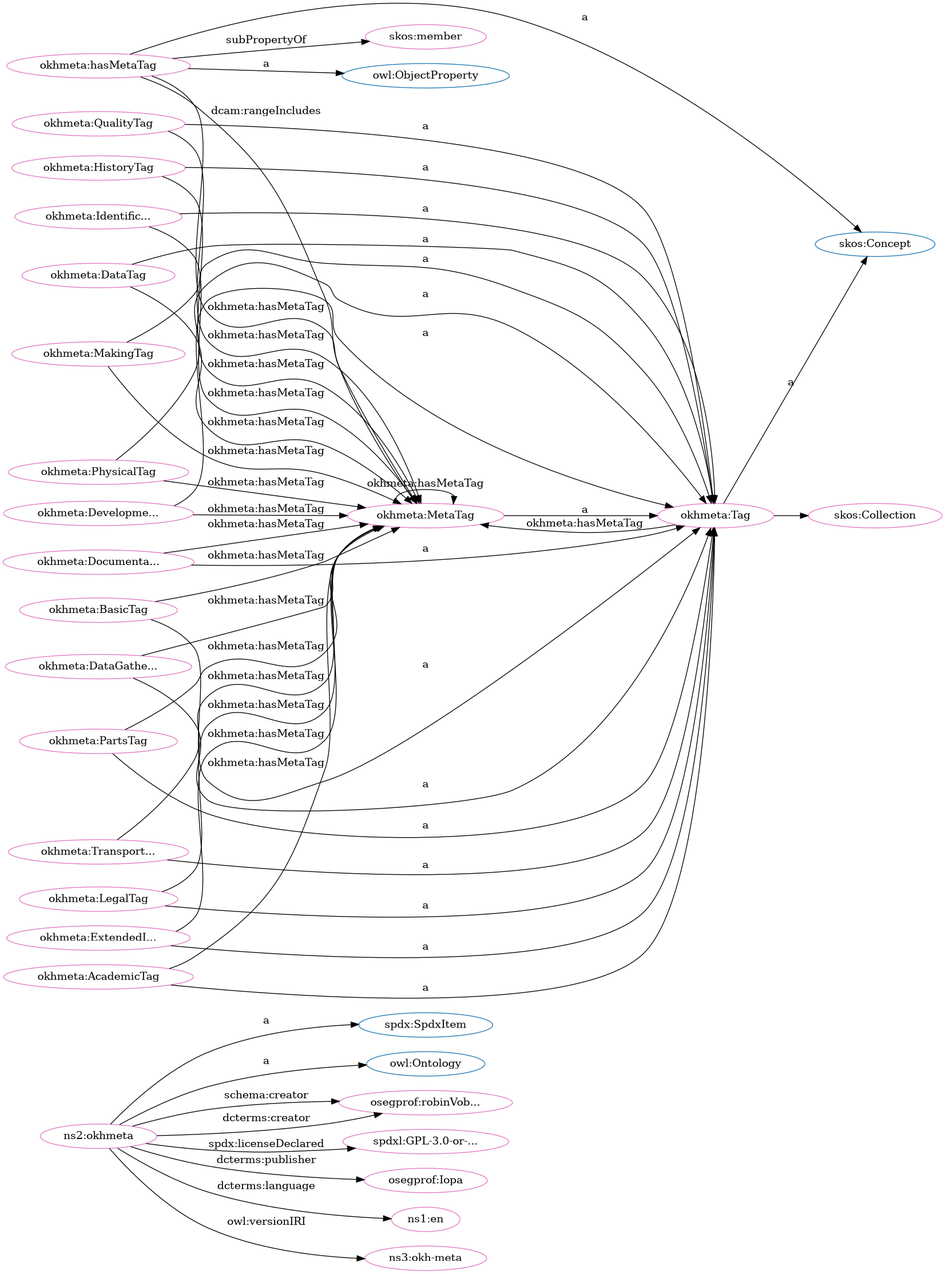
The Graphviz diagram src/spec/dot_okh-meta.png in iop-alliance/OpenKnowHow, before a commit. Its source is kept beside it as src/spec/dot_okh-meta.dot.
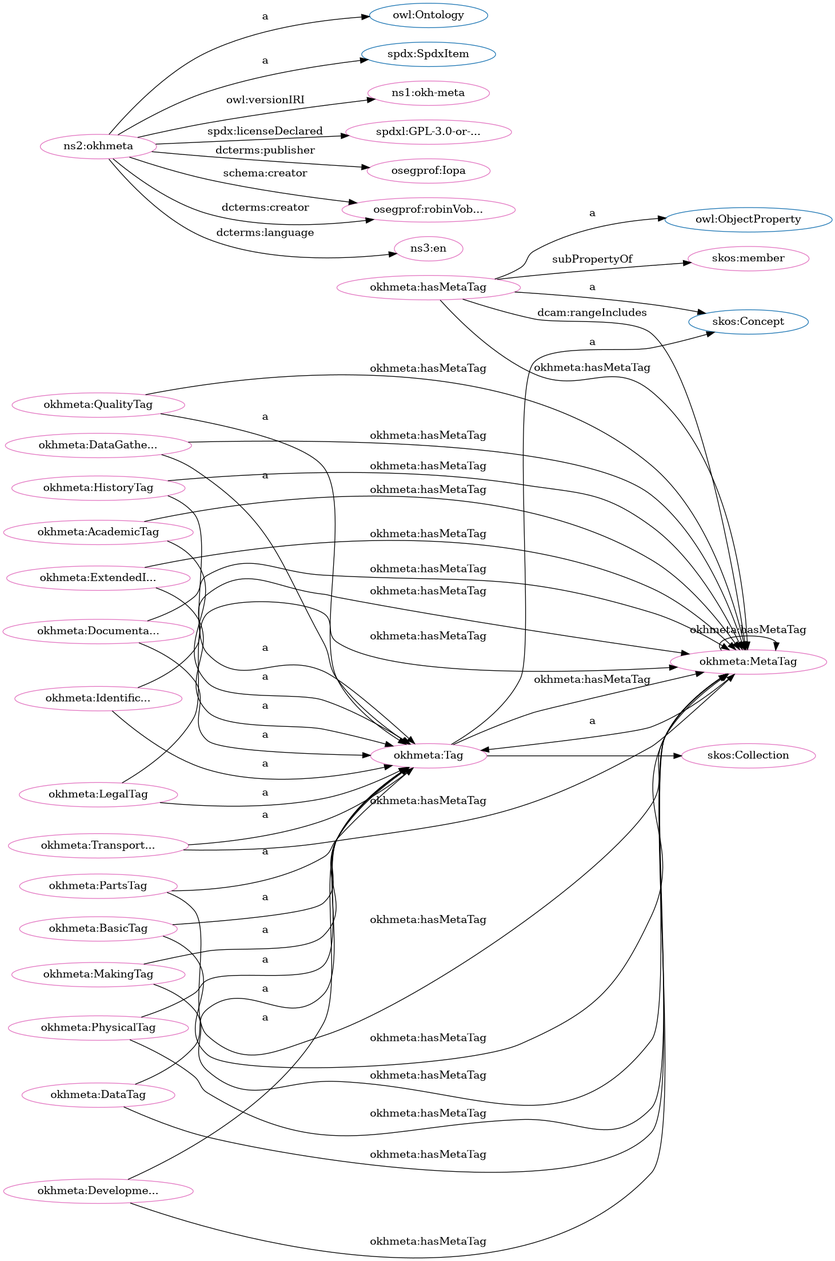
Above is the later version.

The edit, as a diff of the source:
```diff
@@ -1,84 +1,84 @@
 digraph G {
   rankdir=BT
   node[height=.3]
+"http://www.w3.org/2004/02/skos/core#Collection" [fillcolor="#1f77b4" color="#1f77b4" label="skos:Collection"]
+"http://w3id.org/oseg/ont/okhmeta#Tag" [fillcolor="#1f77b4" color="#1f77b4" label="okhmeta:Tag"]
+"http://www.w3.org/2002/07/owl#Ontology" [fillcolor="#1f77b4" color="#1f77b4" label="owl:Ontology"]
+"http://www.w3.org/2002/07/owl#ObjectProperty" [fillcolor="#1f77b4" color="#1f77b4" label="owl:ObjectProperty"]
+"http://www.w3.org/2004/02/skos/core#Concept" [fillcolor="#1f77b4" color="#1f77b4" label="skos:Concept"]
 "http://spdx.org/rdf/terms#SpdxItem" [fillcolor="#1f77b4" color="#1f77b4" label="spdx:SpdxItem"]
-"http://www.w3.org/2002/07/owl#ObjectProperty" [fillcolor="#1f77b4" color="#1f77b4" label="owl:ObjectProperty"]
-"http://www.w3.org/2004/02/skos/core#Collection" [fillcolor="#1f77b4" color="#1f77b4" label="skos:Collection"]
-"http://www.w3.org/2002/07/owl#Ontology" [fillcolor="#1f77b4" color="#1f77b4" label="owl:Ontology"]
-"http://www.w3.org/2004/02/skos/core#Concept" [fillcolor="#1f77b4" color="#1f77b4" label="skos:Concept"]
-"http://w3id.org/oseg/ont/okhmeta#Tag" [fillcolor="#1f77b4" color="#1f77b4" label="okhmeta:Tag"]
+"http://w3id.org/oseg/ont/okhmeta#ExtendedInfoTag" [fillcolor="#e377c2" color="#e377c2" label="okhmeta:ExtendedI..."]
+"http://w3id.org/oseg/ont/okhmeta#PhysicalTag" [fillcolor="#e377c2" color="#e377c2" label="okhmeta:PhysicalTag"]
+"http://w3id.org/oseg/ont/1.1.0/okh-meta" [fillcolor="#e377c2" color="#e377c2" label="ns1:okh-meta"]
 "http://w3id.org/oseg/ont/okhmeta#MetaTag" [fillcolor="#e377c2" color="#e377c2" label="okhmeta:MetaTag"]
+"http://w3id.org/oseg/ont/okhmeta#QualityTag" [fillcolor="#e377c2" color="#e377c2" label="okhmeta:QualityTag"]
+"http://w3id.org/oseg/ont/okhmeta#hasMetaTag" [fillcolor="#e377c2" color="#e377c2" label="okhmeta:hasMetaTag"]
+"http://w3id.org/oseg/ont/okhmeta#PartsTag" [fillcolor="#e377c2" color="#e377c2" label="okhmeta:PartsTag"]
+"http://w3id.org/oseg/ont/okhmeta" [fillcolor="#e377c2" color="#e377c2" label="ns2:okhmeta"]
+"http://w3id.org/oseg/ont/okhmeta#MakingTag" [fillcolor="#e377c2" color="#e377c2" label="okhmeta:MakingTag"]
+"http://w3id.org/oseg/ont/okhmeta#DataGatheringTag" [fillcolor="#e377c2" color="#e377c2" label="okhmeta:DataGathe..."]
+"http://w3id.org/oseg/ont/okhmeta#HistoryTag" [fillcolor="#e377c2" color="#e377c2" label="okhmeta:HistoryTag"]
+"http://w3id.org/oseg/ont/okhmeta#TransportationTag" [fillcolor="#e377c2" color="#e377c2" label="okhmeta:Transport..."]
+"http://w3id.org/oseg/ont/okhmeta#DevelopmentTag" [fillcolor="#e377c2" color="#e377c2" label="okhmeta:Developme..."]
+"http://w3id.org/oseg/ont/okhmeta#Tag" [fillcolor="#e377c2" color="#e377c2" label="okhmeta:Tag"]
+"http://spdx.org/licenses/GPL-3.0-or-later" [fillcolor="#e377c2" color="#e377c2" label="spdxl:GPL-3.0-or-..."]
+"http://www.w3.org/2004/02/skos/core#member" [fillcolor="#e377c2" color="#e377c2" label="skos:member"]
+"http://www.w3.org/2004/02/skos/core#Collection" [fillcolor="#e377c2" color="#e377c2" label="skos:Collection"]
+"http://w3id.org/oseg/ont/oseg-profiles#Iopa" [fillcolor="#e377c2" color="#e377c2" label="osegprof:Iopa"]
+"http://w3id.org/oseg/ont/okhmeta#IdentificationTag" [fillcolor="#e377c2" color="#e377c2" label="okhmeta:Identific..."]
+"http://w3id.org/oseg/ont/oseg-profiles#robinVobruba" [fillcolor="#e377c2" color="#e377c2" label="osegprof:robinVob..."]
+"http://w3id.org/oseg/ont/okhmeta#DataTag" [fillcolor="#e377c2" color="#e377c2" label="okhmeta:DataTag"]
+"http://w3id.org/oseg/ont/okhmeta#LegalTag" [fillcolor="#e377c2" color="#e377c2" label="okhmeta:LegalTag"]
+"http://w3id.org/oseg/ont/okhmeta#BasicTag" [fillcolor="#e377c2" color="#e377c2" label="okhmeta:BasicTag"]
 "http://w3id.org/oseg/ont/okhmeta#DocumentationTag" [fillcolor="#e377c2" color="#e377c2" label="okhmeta:Documenta..."]
-"http://w3id.org/oseg/ont/oseg-profiles#robinVobruba" [fillcolor="#e377c2" color="#e377c2" label="osegprof:robinVob..."]
+"http://id.loc.gov/vocabulary/iso639-1/en" [fillcolor="#e377c2" color="#e377c2" label="ns3:en"]
 "http://w3id.org/oseg/ont/okhmeta#AcademicTag" [fillcolor="#e377c2" color="#e377c2" label="okhmeta:AcademicTag"]
-"http://spdx.org/licenses/GPL-3.0-or-later" [fillcolor="#e377c2" color="#e377c2" label="spdxl:GPL-3.0-or-..."]
-"http://w3id.org/oseg/ont/okhmeta#MakingTag" [fillcolor="#e377c2" color="#e377c2" label="okhmeta:MakingTag"]
-"http://w3id.org/oseg/ont/oseg-profiles#Iopa" [fillcolor="#e377c2" color="#e377c2" label="osegprof:Iopa"]
-"http://w3id.org/oseg/ont/okhmeta#Tag" [fillcolor="#e377c2" color="#e377c2" label="okhmeta:Tag"]
-"http://w3id.org/oseg/ont/okhmeta#PartsTag" [fillcolor="#e377c2" color="#e377c2" label="okhmeta:PartsTag"]
-"http://w3id.org/oseg/ont/okhmeta#HistoryTag" [fillcolor="#e377c2" color="#e377c2" label="okhmeta:HistoryTag"]
-"http://w3id.org/oseg/ont/okhmeta#hasMetaTag" [fillcolor="#e377c2" color="#e377c2" label="okhmeta:hasMetaTag"]
-"http://w3id.org/oseg/ont/okhmeta#DataTag" [fillcolor="#e377c2" color="#e377c2" label="okhmeta:DataTag"]
-"http://id.loc.gov/vocabulary/iso639-1/en" [fillcolor="#e377c2" color="#e377c2" label="ns1:en"]
-"http://w3id.org/oseg/ont/okhmeta#DevelopmentTag" [fillcolor="#e377c2" color="#e377c2" label="okhmeta:Developme..."]
-"http://w3id.org/oseg/ont/okhmeta" [fillcolor="#e377c2" color="#e377c2" label="ns2:okhmeta"]
-"http://w3id.org/oseg/ont/okhmeta#IdentificationTag" [fillcolor="#e377c2" color="#e377c2" label="okhmeta:Identific..."]
-"http://w3id.org/oseg/ont/okhmeta#ExtendedInfoTag" [fillcolor="#e377c2" color="#e377c2" label="okhmeta:ExtendedI..."]
-"http://w3id.org/oseg/ont/okhmeta#BasicTag" [fillcolor="#e377c2" color="#e377c2" label="okhmeta:BasicTag"]
-"http://w3id.org/oseg/ont/okhmeta#QualityTag" [fillcolor="#e377c2" color="#e377c2" label="okhmeta:QualityTag"]
-"http://w3id.org/oseg/ont/okhmeta#DataGatheringTag" [fillcolor="#e377c2" color="#e377c2" label="okhmeta:DataGathe..."]
-"http://www.w3.org/2004/02/skos/core#Collection" [fillcolor="#e377c2" color="#e377c2" label="skos:Collection"]
-"http://w3id.org/oseg/ont/okhmeta#TransportationTag" [fillcolor="#e377c2" color="#e377c2" label="okhmeta:Transport..."]
-"http://w3id.org/oseg/ont/okhmeta#LegalTag" [fillcolor="#e377c2" color="#e377c2" label="okhmeta:LegalTag"]
-"http://www.w3.org/2004/02/skos/core#member" [fillcolor="#e377c2" color="#e377c2" label="skos:member"]
-"http://w3id.org/oseg/ont/okhmeta#PhysicalTag" [fillcolor="#e377c2" color="#e377c2" label="okhmeta:PhysicalTag"]
-"http://w3id.org/oseg/ont/1.1.0/okh-meta" [fillcolor="#e377c2" color="#e377c2" label="ns3:okh-meta"]
+  "http://w3id.org/oseg/ont/okhmeta#ExtendedInfoTag" -> "http://w3id.org/oseg/ont/okhmeta#Tag" [label="a"]
+  "http://w3id.org/oseg/ont/okhmeta#PhysicalTag" -> "http://w3id.org/oseg/ont/okhmeta#Tag" [label="a"]
+  "http://w3id.org/oseg/ont/okhmeta" -> "http://w3id.org/oseg/ont/1.1.0/okh-meta" [label="owl:versionIRI"]
+  "http://w3id.org/oseg/ont/okhmeta#QualityTag" -> "http://w3id.org/oseg/ont/okhmeta#Tag" [label="a"]
+  "http://w3id.org/oseg/ont/okhmeta#PartsTag" -> "http://w3id.org/oseg/ont/okhmeta#Tag" [label="a"]
+  "http://w3id.org/oseg/ont/okhmeta#MakingTag" -> "http://w3id.org/oseg/ont/okhmeta#Tag" [label="a"]
+  "http://w3id.org/oseg/ont/okhmeta#DataGatheringTag" -> "http://w3id.org/oseg/ont/okhmeta#Tag" [label="a"]
+  "http://w3id.org/oseg/ont/okhmeta#Tag" -> "http://w3id.org/oseg/ont/okhmeta#MetaTag" [label="okhmeta:hasMetaTag"]
+  "http://w3id.org/oseg/ont/okhmeta#HistoryTag" -> "http://w3id.org/oseg/ont/okhmeta#Tag" [label="a"]
+  "http://w3id.org/oseg/ont/okhmeta#hasMetaTag" -> "http://www.w3.org/2002/07/owl#ObjectProperty" [label="a"]
+  "http://w3id.org/oseg/ont/okhmeta#hasMetaTag" -> "http://w3id.org/oseg/ont/okhmeta#MetaTag" [label="dcam:rangeIncludes"]
+  "http://w3id.org/oseg/ont/okhmeta#DevelopmentTag" -> "http://w3id.org/oseg/ont/okhmeta#MetaTag" [label="okhmeta:hasMetaTag"]
+  "http://w3id.org/oseg/ont/okhmeta#DevelopmentTag" -> "http://w3id.org/oseg/ont/okhmeta#Tag" [label="a"]
+  "http://w3id.org/oseg/ont/okhmeta#PartsTag" -> "http://w3id.org/oseg/ont/okhmeta#MetaTag" [label="okhmeta:hasMetaTag"]
+  "http://w3id.org/oseg/ont/okhmeta#DataGatheringTag" -> "http://w3id.org/oseg/ont/okhmeta#MetaTag" [label="okhmeta:hasMetaTag"]
   "http://w3id.org/oseg/ont/okhmeta#BasicTag" -> "http://w3id.org/oseg/ont/okhmeta#MetaTag" [label="okhmeta:hasMetaTag"]
+  "http://w3id.org/oseg/ont/okhmeta#HistoryTag" -> "http://w3id.org/oseg/ont/okhmeta#MetaTag" [label="okhmeta:hasMetaTag"]
+  "http://w3id.org/oseg/ont/okhmeta" -> "http://w3id.org/oseg/ont/oseg-profiles#robinVobruba" [label="schema:creator"]
+  "http://w3id.org/oseg/ont/okhmeta" -> "http://w3id.org/oseg/ont/oseg-profiles#robinVobruba" [label="dcterms:creator"]
+  "http://w3id.org/oseg/ont/okhmeta#LegalTag" -> "http://w3id.org/oseg/ont/okhmeta#MetaTag" [label="okhmeta:hasMetaTag"]
+  "http://w3id.org/oseg/ont/okhmeta#BasicTag" -> "http://w3id.org/oseg/ont/okhmeta#Tag" [label="a"]
+  "http://w3id.org/oseg/ont/okhmeta#DocumentationTag" -> "http://w3id.org/oseg/ont/okhmeta#Tag" [label="a"]
+  "http://w3id.org/oseg/ont/okhmeta#MetaTag" -> "http://w3id.org/oseg/ont/okhmeta#Tag" [label="a"]
+  "http://w3id.org/oseg/ont/okhmeta" -> "http://www.w3.org/2002/07/owl#Ontology" [label="a"]
+  "http://w3id.org/oseg/ont/okhmeta" -> "http://id.loc.gov/vocabulary/iso639-1/en" [label="dcterms:language"]
+  "http://w3id.org/oseg/ont/okhmeta#AcademicTag" -> "http://w3id.org/oseg/ont/okhmeta#Tag" [label="a"]
   "http://w3id.org/oseg/ont/okhmeta#QualityTag" -> "http://w3id.org/oseg/ont/okhmeta#MetaTag" [label="okhmeta:hasMetaTag"]
+  "http://w3id.org/oseg/ont/okhmeta#hasMetaTag" -> "http://www.w3.org/2004/02/skos/core#Concept" [label="a"]
+  "http://w3id.org/oseg/ont/okhmeta#MakingTag" -> "http://w3id.org/oseg/ont/okhmeta#MetaTag" [label="okhmeta:hasMetaTag"]
+  "http://w3id.org/oseg/ont/okhmeta" -> "http://spdx.org/rdf/terms#SpdxItem" [label="a"]
+  "http://w3id.org/oseg/ont/okhmeta#TransportationTag" -> "http://w3id.org/oseg/ont/okhmeta#Tag" [label="a"]
+  "http://w3id.org/oseg/ont/okhmeta#MetaTag" -> "http://w3id.org/oseg/ont/okhmeta#MetaTag" [label="okhmeta:hasMetaTag"]
+  "http://w3id.org/oseg/ont/okhmeta#IdentificationTag" -> "http://w3id.org/oseg/ont/okhmeta#MetaTag" [label="okhmeta:hasMetaTag"]
+  "http://w3id.org/oseg/ont/okhmeta#Tag" -> "http://www.w3.org/2004/02/skos/core#Concept" [label="a"]
+  "http://w3id.org/oseg/ont/okhmeta" -> "http://spdx.org/licenses/GPL-3.0-or-later" [label="spdx:licenseDeclared"]
+  "http://w3id.org/oseg/ont/okhmeta#hasMetaTag" -> "http://www.w3.org/2004/02/skos/core#member" [label="subPropertyOf"]
+  "http://w3id.org/oseg/ont/okhmeta#Tag" -> "http://www.w3.org/2004/02/skos/core#Collection" [label=""]
+  "http://w3id.org/oseg/ont/okhmeta" -> "http://w3id.org/oseg/ont/oseg-profiles#Iopa" [label="dcterms:publisher"]
+  "http://w3id.org/oseg/ont/okhmeta#DataTag" -> "http://w3id.org/oseg/ont/okhmeta#MetaTag" [label="okhmeta:hasMetaTag"]
+  "http://w3id.org/oseg/ont/okhmeta#IdentificationTag" -> "http://w3id.org/oseg/ont/okhmeta#Tag" [label="a"]
+  "http://w3id.org/oseg/ont/okhmeta#hasMetaTag" -> "http://w3id.org/oseg/ont/okhmeta#MetaTag" [label="okhmeta:hasMetaTag"]
+  "http://w3id.org/oseg/ont/okhmeta#TransportationTag" -> "http://w3id.org/oseg/ont/okhmeta#MetaTag" [label="okhmeta:hasMetaTag"]
+  "http://w3id.org/oseg/ont/okhmeta#DataTag" -> "http://w3id.org/oseg/ont/okhmeta#Tag" [label="a"]
+  "http://w3id.org/oseg/ont/okhmeta#LegalTag" -> "http://w3id.org/oseg/ont/okhmeta#Tag" [label="a"]
+  "http://w3id.org/oseg/ont/okhmeta#ExtendedInfoTag" -> "http://w3id.org/oseg/ont/okhmeta#MetaTag" [label="okhmeta:hasMetaTag"]
+  "http://w3id.org/oseg/ont/okhmeta#PhysicalTag" -> "http://w3id.org/oseg/ont/okhmeta#MetaTag" [label="okhmeta:hasMetaTag"]
+  "http://w3id.org/oseg/ont/okhmeta#DocumentationTag" -> "http://w3id.org/oseg/ont/okhmeta#MetaTag" [label="okhmeta:hasMetaTag"]
   "http://w3id.org/oseg/ont/okhmeta#AcademicTag" -> "http://w3id.org/oseg/ont/okhmeta#MetaTag" [label="okhmeta:hasMetaTag"]
-  "http://w3id.org/oseg/ont/okhmeta#LegalTag" -> "http://w3id.org/oseg/ont/okhmeta#MetaTag" [label="okhmeta:hasMetaTag"]
-  "http://w3id.org/oseg/ont/okhmeta#MetaTag" -> "http://w3id.org/oseg/ont/okhmeta#MetaTag" [label="okhmeta:hasMetaTag"]
-  "http://w3id.org/oseg/ont/okhmeta#PhysicalTag" -> "http://w3id.org/oseg/ont/okhmeta#MetaTag" [label="okhmeta:hasMetaTag"]
-  "http://w3id.org/oseg/ont/okhmeta#HistoryTag" -> "http://w3id.org/oseg/ont/okhmeta#MetaTag" [label="okhmeta:hasMetaTag"]
-  "http://w3id.org/oseg/ont/okhmeta#DocumentationTag" -> "http://w3id.org/oseg/ont/okhmeta#Tag" [label="a"]
-  "http://w3id.org/oseg/ont/okhmeta#DevelopmentTag" -> "http://w3id.org/oseg/ont/okhmeta#MetaTag" [label="okhmeta:hasMetaTag"]
-  "http://w3id.org/oseg/ont/okhmeta#MakingTag" -> "http://w3id.org/oseg/ont/okhmeta#Tag" [label="a"]
-  "http://w3id.org/oseg/ont/okhmeta#Tag" -> "http://w3id.org/oseg/ont/okhmeta#MetaTag" [label="okhmeta:hasMetaTag"]
-  "http://w3id.org/oseg/ont/okhmeta#Tag" -> "http://www.w3.org/2004/02/skos/core#Concept" [label="a"]
-  "http://w3id.org/oseg/ont/okhmeta#PartsTag" -> "http://w3id.org/oseg/ont/okhmeta#Tag" [label="a"]
-  "http://w3id.org/oseg/ont/okhmeta#hasMetaTag" -> "http://www.w3.org/2002/07/owl#ObjectProperty" [label="a"]
-  "http://w3id.org/oseg/ont/okhmeta" -> "http://id.loc.gov/vocabulary/iso639-1/en" [label="dcterms:language"]
-  "http://w3id.org/oseg/ont/okhmeta" -> "http://spdx.org/rdf/terms#SpdxItem" [label="a"]
-  "http://w3id.org/oseg/ont/okhmeta#IdentificationTag" -> "http://w3id.org/oseg/ont/okhmeta#Tag" [label="a"]
-  "http://w3id.org/oseg/ont/okhmeta#ExtendedInfoTag" -> "http://w3id.org/oseg/ont/okhmeta#Tag" [label="a"]
-  "http://w3id.org/oseg/ont/okhmeta#PartsTag" -> "http://w3id.org/oseg/ont/okhmeta#MetaTag" [label="okhmeta:hasMetaTag"]
-  "http://w3id.org/oseg/ont/okhmeta#BasicTag" -> "http://w3id.org/oseg/ont/okhmeta#Tag" [label="a"]
-  "http://w3id.org/oseg/ont/okhmeta#MetaTag" -> "http://w3id.org/oseg/ont/okhmeta#Tag" [label="a"]
-  "http://w3id.org/oseg/ont/okhmeta#QualityTag" -> "http://w3id.org/oseg/ont/okhmeta#Tag" [label="a"]
-  "http://w3id.org/oseg/ont/okhmeta#DataGatheringTag" -> "http://w3id.org/oseg/ont/okhmeta#Tag" [label="a"]
-  "http://w3id.org/oseg/ont/okhmeta#hasMetaTag" -> "http://www.w3.org/2004/02/skos/core#member" [label="subPropertyOf"]
-  "http://w3id.org/oseg/ont/okhmeta#PhysicalTag" -> "http://w3id.org/oseg/ont/okhmeta#Tag" [label="a"]
-  "http://w3id.org/oseg/ont/okhmeta#IdentificationTag" -> "http://w3id.org/oseg/ont/okhmeta#MetaTag" [label="okhmeta:hasMetaTag"]
-  "http://w3id.org/oseg/ont/okhmeta#hasMetaTag" -> "http://w3id.org/oseg/ont/okhmeta#MetaTag" [label="dcam:rangeIncludes"]
-  "http://w3id.org/oseg/ont/okhmeta#DataGatheringTag" -> "http://w3id.org/oseg/ont/okhmeta#MetaTag" [label="okhmeta:hasMetaTag"]
-  "http://w3id.org/oseg/ont/okhmeta#MakingTag" -> "http://w3id.org/oseg/ont/okhmeta#MetaTag" [label="okhmeta:hasMetaTag"]
-  "http://w3id.org/oseg/ont/okhmeta#TransportationTag" -> "http://w3id.org/oseg/ont/okhmeta#MetaTag" [label="okhmeta:hasMetaTag"]
-  "http://w3id.org/oseg/ont/okhmeta" -> "http://w3id.org/oseg/ont/oseg-profiles#robinVobruba" [label="schema:creator"]
-  "http://w3id.org/oseg/ont/okhmeta#AcademicTag" -> "http://w3id.org/oseg/ont/okhmeta#Tag" [label="a"]
-  "http://w3id.org/oseg/ont/okhmeta" -> "http://spdx.org/licenses/GPL-3.0-or-later" [label="spdx:licenseDeclared"]
-  "http://w3id.org/oseg/ont/okhmeta" -> "http://w3id.org/oseg/ont/oseg-profiles#Iopa" [label="dcterms:publisher"]
-  "http://w3id.org/oseg/ont/okhmeta" -> "http://w3id.org/oseg/ont/oseg-profiles#robinVobruba" [label="dcterms:creator"]
-  "http://w3id.org/oseg/ont/okhmeta#DocumentationTag" -> "http://w3id.org/oseg/ont/okhmeta#MetaTag" [label="okhmeta:hasMetaTag"]
-  "http://w3id.org/oseg/ont/okhmeta#HistoryTag" -> "http://w3id.org/oseg/ont/okhmeta#Tag" [label="a"]
-  "http://w3id.org/oseg/ont/okhmeta#DataTag" -> "http://w3id.org/oseg/ont/okhmeta#Tag" [label="a"]
-  "http://w3id.org/oseg/ont/okhmeta#DevelopmentTag" -> "http://w3id.org/oseg/ont/okhmeta#Tag" [label="a"]
-  "http://w3id.org/oseg/ont/okhmeta" -> "http://www.w3.org/2002/07/owl#Ontology" [label="a"]
-  "http://w3id.org/oseg/ont/okhmeta#DataTag" -> "http://w3id.org/oseg/ont/okhmeta#MetaTag" [label="okhmeta:hasMetaTag"]
-  "http://w3id.org/oseg/ont/okhmeta#Tag" -> "http://www.w3.org/2004/02/skos/core#Collection" [label=""]
-  "http://w3id.org/oseg/ont/okhmeta#TransportationTag" -> "http://w3id.org/oseg/ont/okhmeta#Tag" [label="a"]
-  "http://w3id.org/oseg/ont/okhmeta#LegalTag" -> "http://w3id.org/oseg/ont/okhmeta#Tag" [label="a"]
-  "http://w3id.org/oseg/ont/okhmeta" -> "http://w3id.org/oseg/ont/1.1.0/okh-meta" [label="owl:versionIRI"]
-  "http://w3id.org/oseg/ont/okhmeta#hasMetaTag" -> "http://w3id.org/oseg/ont/okhmeta#MetaTag" [label="okhmeta:hasMetaTag"]
-  "http://w3id.org/oseg/ont/okhmeta#hasMetaTag" -> "http://www.w3.org/2004/02/skos/core#Concept" [label="a"]
-  "http://w3id.org/oseg/ont/okhmeta#ExtendedInfoTag" -> "http://w3id.org/oseg/ont/okhmeta#MetaTag" [label="okhmeta:hasMetaTag"]
 }
```
